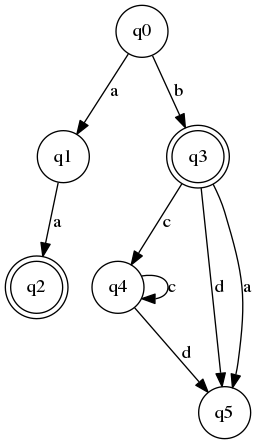
Above: practica1/Digraph.gv.png in lmdcma27/Progra-2-Practica1 (Graphviz), before the change. Its source is kept beside it as practica1/Digraph.gv. The source it was exported from:
```dot
digraph {
	node [shape=circle]
	q1
	q0
	q0 -> q1 [label=a]
	node [shape=doublecircle]
	q2
	q1 -> q2 [label=a]
	node [shape=doublecircle]
	q3
	q0 -> q3 [label=b]
	node [shape=circle]
	q4
	q3
	q3 -> q4 [label=c]
	node [shape=circle]
	q4
	q4
	q4 -> q4 [label=c]
	node [shape=circle]
	q5
	q4
	q4 -> q5 [label=d]
	node [shape=circle]
	q5
	q3
	q3 -> q5 [label=d]
	node [shape=circle]
	q5
	q3
	q3 -> q5 [label=a]
}
```
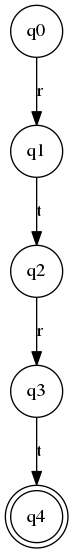
The same file after the commit.

The edit, as a diff of the source:
```diff
@@ -2,31 +2,16 @@
 	node [shape=circle]
 	q1
 	q0
-	q0 -> q1 [label=a]
+	q0 -> q1 [label=r]
+	node [shape=circle]
+	q2
+	q1
+	q1 -> q2 [label=t]
+	node [shape=circle]
+	q3
+	q2
+	q2 -> q3 [label=r]
 	node [shape=doublecircle]
-	q2
-	q1 -> q2 [label=a]
-	node [shape=doublecircle]
-	q3
-	q0 -> q3 [label=b]
-	node [shape=circle]
 	q4
-	q3
-	q3 -> q4 [label=c]
-	node [shape=circle]
-	q4
-	q4
-	q4 -> q4 [label=c]
-	node [shape=circle]
-	q5
-	q4
-	q4 -> q5 [label=d]
-	node [shape=circle]
-	q5
-	q3
-	q3 -> q5 [label=d]
-	node [shape=circle]
-	q5
-	q3
-	q3 -> q5 [label=a]
+	q3 -> q4 [label=t]
 }
```
